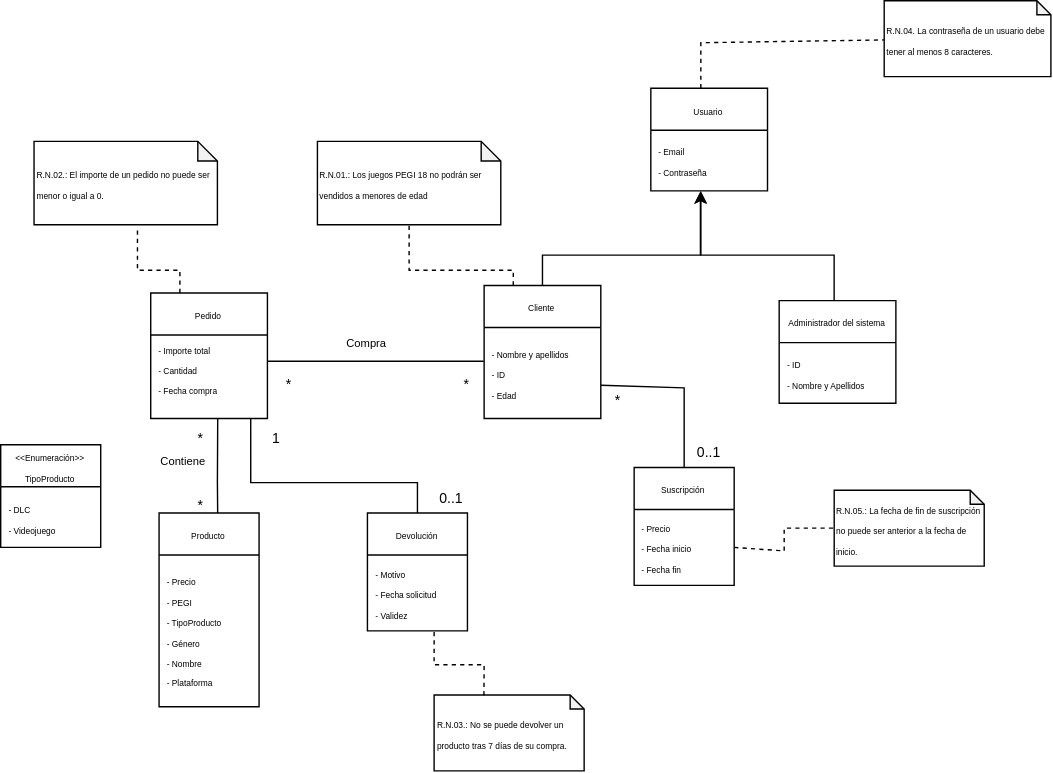
Earlier version of the draw.io export images/TiendaVideojuegos.drawio.svg (adrianlancharrobayon/proyecto-curso-iissi1-2026-CFB3977). Source tidied: cells renumbered, new cells last; positions are measured from the earlier drawing's top-left corner, leaving out a move shared by most shapes.
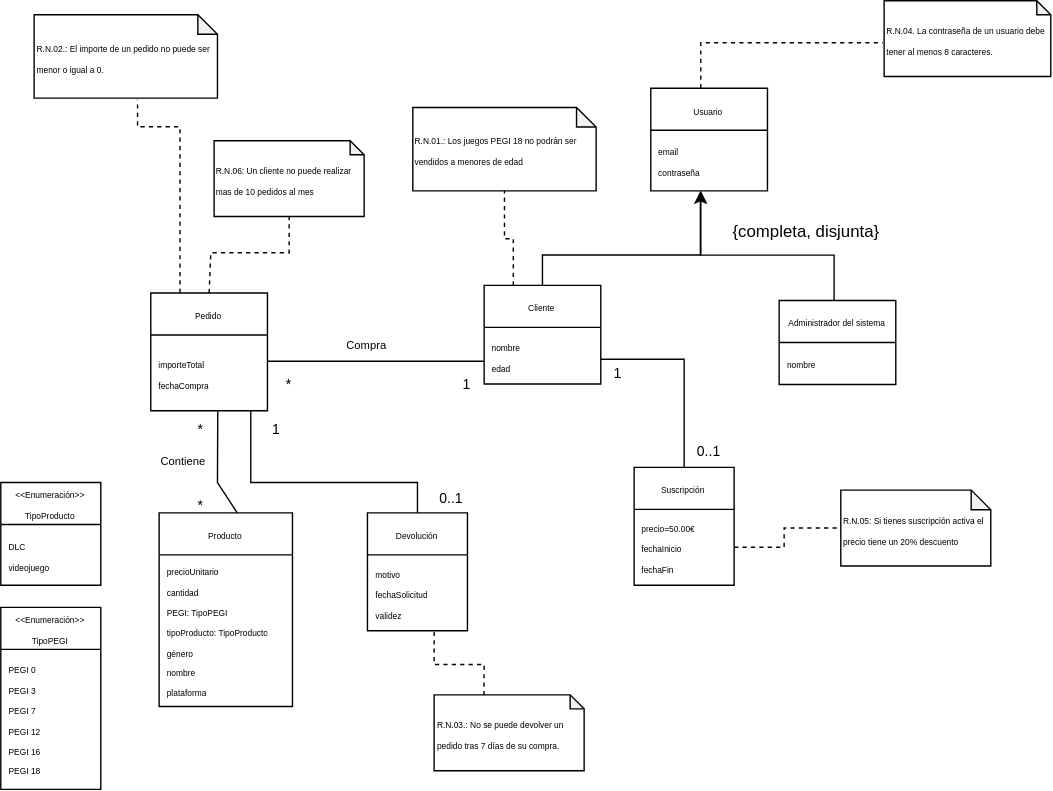
Above is the later version.

The edit, as a diff of the source:
```diff
@@ -5,18 +5,18 @@
     <mxCell id="2" value="&lt;font style=&quot;font-size: 6px;&quot;&gt;Cliente&lt;/font&gt;" style="swimlane;fontStyle=0;horizontal=1;startSize=30;whiteSpace=wrap;html=1;" parent="1" vertex="1">
-      <mxGeometry x="345.2" y="203.3" width="83.3" height="95" as="geometry" />
+      <mxGeometry x="345.2" y="203.3" width="83.3" height="70.4" as="geometry" />
     </mxCell>
-    <mxCell id="3" value="&lt;div&gt;&lt;span style=&quot;font-size: 6px; background-color: transparent; color: light-dark(rgb(0, 0, 0), rgb(255, 255, 255));&quot;&gt;- Nombre y apellidos&lt;/span&gt;&lt;/div&gt;&lt;div&gt;&lt;span style=&quot;font-size: 6px; background-color: transparent; color: light-dark(rgb(0, 0, 0), rgb(255, 255, 255));&quot;&gt;- ID&lt;/span&gt;&lt;/div&gt;&lt;div&gt;&lt;font style=&quot;font-size: 6px;&quot;&gt;- Edad&lt;/font&gt;&lt;/div&gt;" style="text;strokeColor=none;fillColor=none;align=left;verticalAlign=middle;spacingLeft=4;spacingRight=4;overflow=hidden;whiteSpace=wrap;html=1;" parent="2" vertex="1">
-      <mxGeometry y="30" width="83.3" height="65" as="geometry" />
+    <mxCell id="3" value="&lt;div&gt;&lt;span style=&quot;font-size: 6px; background-color: transparent; color: light-dark(rgb(0, 0, 0), rgb(255, 255, 255));&quot;&gt;nombre&amp;nbsp;&lt;/span&gt;&lt;/div&gt;&lt;div&gt;&lt;font style=&quot;font-size: 6px;&quot;&gt;edad&lt;/font&gt;&lt;/div&gt;" style="text;strokeColor=none;fillColor=none;align=left;verticalAlign=middle;spacingLeft=4;spacingRight=4;overflow=hidden;whiteSpace=wrap;html=1;" parent="2" vertex="1">
+      <mxGeometry y="30" width="83.3" height="40.4" as="geometry" />
     </mxCell>
     <mxCell id="4" value="&lt;font style=&quot;font-size: 6px;&quot;&gt;Producto&lt;/font&gt;" style="swimlane;fontStyle=0;horizontal=1;startSize=30;whiteSpace=wrap;html=1;" parent="1" vertex="1">
-      <mxGeometry x="113.1" y="365.8" width="71.4" height="138.3" as="geometry" />
+      <mxGeometry x="113.1" y="365.8" width="95.2" height="138.3" as="geometry" />
     </mxCell>
-    <mxCell id="5" value="&lt;font style=&quot;font-size: 6px;&quot;&gt;- Precio&lt;/font&gt;&lt;div&gt;&lt;font style=&quot;font-size: 6px;&quot;&gt;- PEGI&lt;/font&gt;&lt;/div&gt;&lt;div&gt;&lt;font style=&quot;font-size: 6px;&quot;&gt;- TipoProducto&lt;/font&gt;&lt;/div&gt;&lt;div&gt;&lt;font style=&quot;font-size: 6px;&quot;&gt;- Género&lt;/font&gt;&lt;/div&gt;&lt;div&gt;&lt;font style=&quot;font-size: 6px;&quot;&gt;- Nombre&lt;/font&gt;&lt;/div&gt;&lt;div&gt;&lt;font style=&quot;font-size: 6px;&quot;&gt;- Plataforma&amp;nbsp;&lt;/font&gt;&lt;/div&gt;" style="text;strokeColor=none;fillColor=none;align=left;verticalAlign=middle;spacingLeft=4;spacingRight=4;overflow=hidden;whiteSpace=wrap;html=1;" parent="4" vertex="1">
-      <mxGeometry y="30" width="71.4" height="108.3" as="geometry" />
+    <mxCell id="5" value="&lt;font style=&quot;font-size: 6px;&quot;&gt;precioUnitario&lt;/font&gt;&lt;div&gt;&lt;span style=&quot;font-size: 6px;&quot;&gt;cantidad&lt;br&gt;&lt;/span&gt;&lt;div&gt;&lt;font style=&quot;font-size: 6px;&quot;&gt;PEGI: TipoPEGI&lt;/font&gt;&lt;/div&gt;&lt;div&gt;&lt;font style=&quot;font-size: 6px;&quot;&gt;tipoProducto: TipoProducto&lt;/font&gt;&lt;/div&gt;&lt;div&gt;&lt;font style=&quot;font-size: 6px;&quot;&gt;género&lt;/font&gt;&lt;/div&gt;&lt;div&gt;&lt;font style=&quot;font-size: 6px;&quot;&gt;nombre&lt;/font&gt;&lt;/div&gt;&lt;div&gt;&lt;font style=&quot;font-size: 6px;&quot;&gt;plataforma&amp;nbsp;&lt;/font&gt;&lt;/div&gt;&lt;/div&gt;" style="text;strokeColor=none;fillColor=none;align=left;verticalAlign=middle;spacingLeft=4;spacingRight=4;overflow=hidden;whiteSpace=wrap;html=1;" parent="4" vertex="1">
+      <mxGeometry y="30" width="95.2" height="108.3" as="geometry" />
     </mxCell>
     <mxCell id="6" value="&lt;font style=&quot;font-size: 6px;&quot;&gt;Pedido&lt;/font&gt;" style="swimlane;fontStyle=0;horizontal=1;startSize=30;whiteSpace=wrap;html=1;" parent="1" vertex="1">
-      <mxGeometry x="107.1" y="208.8" width="83.3" height="89.6" as="geometry" />
+      <mxGeometry x="107.1" y="208.8" width="83.3" height="84.2" as="geometry" />
     </mxCell>
-    <mxCell id="7" value="&lt;font style=&quot;font-size: 6px;&quot;&gt;- Importe total&lt;/font&gt;&lt;div&gt;&lt;span style=&quot;font-size: 6px;&quot;&gt;- Cantidad&lt;/span&gt;&lt;/div&gt;&lt;div&gt;&lt;span style=&quot;font-size: 6px;&quot;&gt;- Fecha compra&lt;/span&gt;&lt;/div&gt;&lt;div&gt;&lt;div&gt;&lt;font style=&quot;font-size: 6px;&quot;&gt;&lt;br&gt;&lt;/font&gt;&lt;/div&gt;&lt;/div&gt;" style="text;strokeColor=none;fillColor=none;align=left;verticalAlign=middle;spacingLeft=4;spacingRight=4;overflow=hidden;points=[[0,0.5],[1,0.5]];portConstraint=eastwest;whiteSpace=wrap;html=1;" parent="6" vertex="1">
-      <mxGeometry y="30" width="83.3" height="59.6" as="geometry" />
+    <mxCell id="7" value="&lt;font style=&quot;font-size: 6px;&quot;&gt;importeTotal&lt;/font&gt;&lt;div&gt;&lt;span style=&quot;font-size: 6px;&quot;&gt;fechaCompra&lt;/span&gt;&lt;/div&gt;" style="text;strokeColor=none;fillColor=none;align=left;verticalAlign=middle;spacingLeft=4;spacingRight=4;overflow=hidden;points=[[0,0.5],[1,0.5]];portConstraint=eastwest;whiteSpace=wrap;html=1;" parent="6" vertex="1">
+      <mxGeometry y="30" width="83.3" height="54.2" as="geometry" />
     </mxCell>
@@ -31,6 +31,6 @@
     <mxCell id="9" value="&lt;font style=&quot;font-size: 6px;&quot;&gt;Administrador del sistema&lt;/font&gt;" style="swimlane;fontStyle=0;horizontal=1;startSize=30;whiteSpace=wrap;html=1;" parent="1" vertex="1">
-      <mxGeometry x="556" y="214.2" width="83.3" height="73.3" as="geometry" />
+      <mxGeometry x="556" y="214.2" width="83.3" height="60" as="geometry" />
     </mxCell>
-    <mxCell id="10" value="&lt;div&gt;&lt;font style=&quot;font-size: 6px;&quot;&gt;- ID&lt;/font&gt;&lt;/div&gt;&lt;div&gt;&lt;font style=&quot;font-size: 6px;&quot;&gt;- Nombre y Apellidos&lt;/font&gt;&lt;/div&gt;" style="text;strokeColor=none;fillColor=none;align=left;verticalAlign=middle;spacingLeft=4;spacingRight=4;overflow=hidden;whiteSpace=wrap;html=1;" parent="9" vertex="1">
-      <mxGeometry y="30" width="83.3" height="43.3" as="geometry" />
+    <mxCell id="10" value="&lt;div&gt;&lt;span style=&quot;font-size: 6px; background-color: transparent; color: light-dark(#000000, var(--ge-light-color, #ffffff));&quot;&gt;nombre&lt;/span&gt;&lt;/div&gt;" style="text;strokeColor=none;fillColor=none;align=left;verticalAlign=middle;spacingLeft=4;spacingRight=4;overflow=hidden;whiteSpace=wrap;html=1;" parent="9" vertex="1">
+      <mxGeometry y="30" width="83.3" height="30" as="geometry" />
     </mxCell>
@@ -39,3 +39,3 @@
     </mxCell>
-    <mxCell id="12" value="&lt;font style=&quot;font-size: 6px;&quot;&gt;- Motivo&lt;/font&gt;&lt;div&gt;&lt;font style=&quot;font-size: 6px;&quot;&gt;- Fecha solicitud&lt;/font&gt;&lt;/div&gt;&lt;div&gt;&lt;font style=&quot;font-size: 6px;&quot;&gt;- Validez&lt;/font&gt;&lt;/div&gt;" style="text;strokeColor=none;fillColor=none;align=left;verticalAlign=middle;spacingLeft=4;spacingRight=4;overflow=hidden;points=[[0,0.5],[1,0.5]];portConstraint=eastwest;whiteSpace=wrap;html=1;" parent="11" vertex="1">
+    <mxCell id="12" value="&lt;font style=&quot;font-size: 6px;&quot;&gt;motivo&lt;/font&gt;&lt;div&gt;&lt;font style=&quot;font-size: 6px;&quot;&gt;fechaSolicitud&lt;/font&gt;&lt;/div&gt;&lt;div&gt;&lt;font style=&quot;font-size: 6px;&quot;&gt;validez&lt;/font&gt;&lt;/div&gt;" style="text;strokeColor=none;fillColor=none;align=left;verticalAlign=middle;spacingLeft=4;spacingRight=4;overflow=hidden;points=[[0,0.5],[1,0.5]];portConstraint=eastwest;whiteSpace=wrap;html=1;" parent="11" vertex="1">
       <mxGeometry y="30" width="71.4" height="54.2" as="geometry" />
@@ -43,5 +43,5 @@
     <mxCell id="13" value="&lt;span style=&quot;font-size: 6px;&quot;&gt;&amp;lt;&amp;lt;Enumeración&amp;gt;&amp;gt;&lt;/span&gt;&lt;div&gt;&lt;span style=&quot;font-size: 6px;&quot;&gt;TipoProducto&lt;/span&gt;&lt;/div&gt;" style="swimlane;fontStyle=0;horizontal=1;startSize=30;whiteSpace=wrap;html=1;" parent="1" vertex="1">
-      <mxGeometry y="317.1" width="71.4" height="73.3" as="geometry" />
+      <mxGeometry y="344.2" width="71.4" height="73.3" as="geometry" />
     </mxCell>
-    <mxCell id="14" value="&lt;div&gt;&lt;font style=&quot;font-size: 6px;&quot;&gt;- DLC&lt;/font&gt;&lt;/div&gt;&lt;div&gt;&lt;font style=&quot;font-size: 6px;&quot;&gt;- Videojuego&lt;/font&gt;&lt;/div&gt;" style="text;strokeColor=none;fillColor=none;align=left;verticalAlign=middle;spacingLeft=4;spacingRight=4;overflow=hidden;whiteSpace=wrap;html=1;" parent="13" vertex="1">
+    <mxCell id="14" value="&lt;div&gt;&lt;font style=&quot;font-size: 6px;&quot;&gt;DLC&lt;/font&gt;&lt;/div&gt;&lt;div&gt;&lt;font style=&quot;font-size: 6px;&quot;&gt;videojuego&lt;/font&gt;&lt;/div&gt;" style="text;strokeColor=none;fillColor=none;align=left;verticalAlign=middle;spacingLeft=4;spacingRight=4;overflow=hidden;whiteSpace=wrap;html=1;" parent="13" vertex="1">
       <mxGeometry y="30" width="71.4" height="43.3" as="geometry" />
@@ -51,3 +51,3 @@
     </mxCell>
-    <mxCell id="16" value="&lt;font style=&quot;font-size: 6px;&quot;&gt;- Email&lt;/font&gt;&lt;div&gt;&lt;font style=&quot;font-size: 6px;&quot;&gt;- Contraseña&lt;/font&gt;&lt;/div&gt;" style="text;strokeColor=none;fillColor=none;align=left;verticalAlign=middle;spacingLeft=4;spacingRight=4;overflow=hidden;points=[[0,0.5],[1,0.5]];portConstraint=eastwest;whiteSpace=wrap;html=1;" parent="15" vertex="1">
+    <mxCell id="16" value="&lt;font style=&quot;font-size: 6px;&quot;&gt;email&lt;/font&gt;&lt;div&gt;&lt;font style=&quot;font-size: 6px;&quot;&gt;contraseña&lt;/font&gt;&lt;/div&gt;" style="text;strokeColor=none;fillColor=none;align=left;verticalAlign=middle;spacingLeft=4;spacingRight=4;overflow=hidden;points=[[0,0.5],[1,0.5]];portConstraint=eastwest;whiteSpace=wrap;html=1;" parent="15" vertex="1">
       <mxGeometry y="30" width="83.3" height="43.3" as="geometry" />
@@ -77,3 +77,3 @@
     </mxCell>
-    <mxCell id="21" value="&lt;font style=&quot;font-size: 10px;&quot;&gt;*&lt;/font&gt;" style="text;html=1;whiteSpace=wrap;strokeColor=none;fillColor=none;align=center;verticalAlign=middle;rounded=0;" parent="1" vertex="1">
+    <mxCell id="21" value="&lt;span style=&quot;font-size: 10px;&quot;&gt;1&lt;/span&gt;" style="text;html=1;whiteSpace=wrap;strokeColor=none;fillColor=none;align=center;verticalAlign=middle;rounded=0;" parent="1" vertex="1">
       <mxGeometry x="321.4" y="268.3" width="23.8" height="10.8" as="geometry" />
@@ -94,3 +94,3 @@
     <mxCell id="25" value="&lt;font style=&quot;font-size: 10px;&quot;&gt;*&lt;/font&gt;" style="text;html=1;whiteSpace=wrap;strokeColor=none;fillColor=none;align=center;verticalAlign=middle;rounded=0;" parent="1" vertex="1">
-      <mxGeometry x="131" y="306.2" width="23.8" height="10.8" as="geometry" />
+      <mxGeometry x="131" y="300.8" width="23.8" height="10.8" as="geometry" />
     </mxCell>
@@ -105,3 +105,3 @@
     <mxCell id="27" value="&lt;span style=&quot;font-size: 10px;&quot;&gt;1&lt;/span&gt;" style="text;html=1;whiteSpace=wrap;strokeColor=none;fillColor=none;align=center;verticalAlign=middle;rounded=0;" parent="1" vertex="1">
-      <mxGeometry x="184.5" y="306.2" width="23.8" height="10.8" as="geometry" />
+      <mxGeometry x="184.5" y="300.8" width="23.8" height="10.8" as="geometry" />
     </mxCell>
@@ -113,3 +113,3 @@
     </mxCell>
-    <mxCell id="30" value="&lt;font style=&quot;font-size: 6px;&quot;&gt;- Precio&lt;/font&gt;&lt;div&gt;&lt;font style=&quot;font-size: 6px;&quot;&gt;- Fecha inicio&lt;/font&gt;&lt;/div&gt;&lt;div&gt;&lt;font style=&quot;font-size: 6px;&quot;&gt;- Fecha fin&lt;/font&gt;&lt;/div&gt;" style="text;strokeColor=none;fillColor=none;align=left;verticalAlign=middle;spacingLeft=4;spacingRight=4;overflow=hidden;points=[[0,0.5],[1,0.5]];portConstraint=eastwest;whiteSpace=wrap;html=1;" parent="29" vertex="1">
+    <mxCell id="30" value="&lt;font style=&quot;font-size: 6px;&quot;&gt;precio=50.00€&lt;/font&gt;&lt;div&gt;&lt;font style=&quot;font-size: 6px;&quot;&gt;fechaInicio&lt;/font&gt;&lt;/div&gt;&lt;div&gt;&lt;font style=&quot;font-size: 6px;&quot;&gt;fechaFin&lt;/font&gt;&lt;/div&gt;" style="text;strokeColor=none;fillColor=none;align=left;verticalAlign=middle;spacingLeft=4;spacingRight=4;overflow=hidden;points=[[0,0.5],[1,0.5]];portConstraint=eastwest;whiteSpace=wrap;html=1;" parent="29" vertex="1">
       <mxGeometry y="30" width="71.4" height="54.2" as="geometry" />
@@ -119,3 +119,3 @@
         <Array as="points">
-          <mxPoint x="488.1" y="276.5" />
+          <mxPoint x="488.1" y="256.1" />
         </Array>
@@ -123,4 +123,4 @@
     </mxCell>
-    <mxCell id="32" value="&lt;font style=&quot;font-size: 10px;&quot;&gt;*&lt;/font&gt;" style="text;html=1;whiteSpace=wrap;strokeColor=none;fillColor=none;align=center;verticalAlign=middle;rounded=0;" parent="1" vertex="1">
-      <mxGeometry x="428.6" y="279.2" width="23.8" height="10.8" as="geometry" />
+    <mxCell id="32" value="&lt;font style=&quot;font-size: 10px;&quot;&gt;1&lt;/font&gt;" style="text;html=1;whiteSpace=wrap;strokeColor=none;fillColor=none;align=center;verticalAlign=middle;rounded=0;" parent="1" vertex="1">
+      <mxGeometry x="428.6" y="260.7" width="23.8" height="10.8" as="geometry" />
     </mxCell>
@@ -130,20 +130,13 @@
     <mxCell id="34" value="&lt;div&gt;&lt;span style=&quot;background-color: transparent; color: light-dark(rgb(0, 0, 0), rgb(255, 255, 255));&quot;&gt;&lt;font style=&quot;font-size: 6px;&quot;&gt;R.N.01.: Los juegos PEGI 18 no podrán ser vendidos a menores de edad&lt;/font&gt;&lt;/span&gt;&lt;/div&gt;" style="shape=note;whiteSpace=wrap;html=1;backgroundOutline=1;darkOpacity=0.05;align=left;size=14;" parent="1" vertex="1">
-      <mxGeometry x="226.2" y="100.4" width="131" height="59.6" as="geometry" />
+      <mxGeometry x="294.3" y="76.2" width="131" height="59.6" as="geometry" />
     </mxCell>
-    <mxCell id="35" style="endArrow=none;dashed=1;html=1;rounded=0;entryX=0.5;entryY=1;entryDx=0;entryDy=0;entryPerimeter=0;exitX=0.25;exitY=0;exitDx=0;exitDy=0;" parent="1" edge="1" source="2" target="34">
-      <mxGeometry x="-0.1" relative="1" as="geometry">
-        <Array as="points">
-          <mxPoint x="366.1" y="192.5" />
-          <mxPoint x="291.7" y="192.5" />
-        </Array>
-      </mxGeometry>
-    </mxCell>
     <mxCell id="36" value="&lt;div&gt;&lt;span style=&quot;font-size: 6px;&quot;&gt;R.N.02.:&amp;nbsp;&lt;/span&gt;&lt;span style=&quot;font-size: 6px; background-color: transparent; color: light-dark(rgb(0, 0, 0), rgb(255, 255, 255));&quot;&gt;El importe de un pedido no puede ser menor o igual a 0.&lt;/span&gt;&lt;/div&gt;" style="shape=note;whiteSpace=wrap;html=1;backgroundOutline=1;darkOpacity=0.05;align=left;size=14;" parent="1" vertex="1">
-      <mxGeometry x="23.8" y="100.4" width="131" height="59.6" as="geometry" />
+      <mxGeometry x="23.8" y="10" width="131" height="59.6" as="geometry" />
     </mxCell>
     <mxCell id="37" style="endArrow=none;dashed=1;html=1;rounded=0;entryX=0.564;entryY=1.021;entryDx=0;entryDy=0;entryPerimeter=0;exitX=0.25;exitY=0;exitDx=0;exitDy=0;" parent="1" edge="1" source="6" target="36">
-      <mxGeometry x="-0.04" relative="1" as="geometry">
+      <mxGeometry x="-0.17" relative="1" as="geometry">
         <Array as="points">
           <mxPoint x="128" y="192.5" />
-          <mxPoint x="97.7" y="192.5" />
+          <mxPoint x="128" y="90" />
+          <mxPoint x="97.7" y="90" />
         </Array>
@@ -151,3 +144,3 @@
     </mxCell>
-    <mxCell id="38" value="&lt;div&gt;&lt;span style=&quot;font-size: 6px;&quot;&gt;R.N.03.:&amp;nbsp;&lt;/span&gt;&lt;span style=&quot;font-size: 6px; background-color: transparent; color: light-dark(rgb(0, 0, 0), rgb(255, 255, 255));&quot;&gt;No se puede devolver un producto tras 7 días de su compra.&lt;/span&gt;&lt;/div&gt;" style="shape=note;whiteSpace=wrap;html=1;backgroundOutline=1;darkOpacity=0.05;align=left;size=10;" parent="1" vertex="1">
+    <mxCell id="38" value="&lt;div&gt;&lt;span style=&quot;font-size: 6px;&quot;&gt;R.N.03.:&amp;nbsp;&lt;/span&gt;&lt;span style=&quot;font-size: 6px; background-color: transparent; color: light-dark(rgb(0, 0, 0), rgb(255, 255, 255));&quot;&gt;No se puede devolver un pedido tras 7 días de su compra.&lt;/span&gt;&lt;/div&gt;" style="shape=note;whiteSpace=wrap;html=1;backgroundOutline=1;darkOpacity=0.05;align=left;size=10;" parent="1" vertex="1">
       <mxGeometry x="309.5" y="495.8" width="107.1" height="54.2" as="geometry" />
@@ -165,5 +158,6 @@
     </mxCell>
-    <mxCell id="41" style="endArrow=none;dashed=1;html=1;rounded=0;" parent="1" edge="1" target="40">
+    <mxCell id="41" style="endArrow=none;dashed=1;html=1;rounded=0;" parent="1" edge="1">
       <mxGeometry relative="1" as="geometry">
         <mxPoint x="500" y="62.5" as="sourcePoint" />
+        <mxPoint x="630" y="30" as="targetPoint" />
         <Array as="points">
@@ -173,9 +167,6 @@
     </mxCell>
-    <mxCell id="42" value="&lt;div&gt;&lt;span style=&quot;font-size: 6px;&quot;&gt;R.N.05.:&amp;nbsp;&lt;/span&gt;&lt;span style=&quot;font-size: 6px; background-color: transparent; color: light-dark(rgb(0, 0, 0), rgb(255, 255, 255));&quot;&gt;La fecha de fin de suscripción no puede ser anterior a la fecha de inicio.&lt;/span&gt;&lt;/div&gt;" style="shape=note;whiteSpace=wrap;html=1;backgroundOutline=1;darkOpacity=0.05;align=left;size=10;" parent="1" vertex="1">
-      <mxGeometry x="595.2" y="349.6" width="107.1" height="54.2" as="geometry" />
-    </mxCell>
-    <mxCell id="43" style="endArrow=none;dashed=1;html=1;rounded=0;entryX=0;entryY=0.5;entryDx=0;entryDy=0;entryPerimeter=0;exitX=1;exitY=0.5;exitDx=0;exitDy=0;" parent="1" edge="1" source="30" target="42">
-      <mxGeometry relative="1" as="geometry">
+    <mxCell id="43" style="endArrow=none;dashed=1;html=1;rounded=0;entryX=0;entryY=0.5;entryDx=0;entryDy=0;entryPerimeter=0;exitX=1;exitY=0.5;exitDx=0;exitDy=0;" parent="1" edge="1" source="30" target="45">
+      <mxGeometry x="-0.09" relative="1" as="geometry">
         <Array as="points">
-          <mxPoint x="559.5" y="392.9" />
+          <mxPoint x="559.5" y="390.4" />
           <mxPoint x="559.5" y="376.7" />
@@ -184,2 +175,33 @@
     </mxCell>
+    <mxCell id="44" value="{completa, disjunta}" style="text;html=1;whiteSpace=wrap;strokeColor=none;fillColor=none;align=center;verticalAlign=middle;rounded=0;" parent="1" vertex="1">
+      <mxGeometry x="510" y="150" width="130.9" height="30" as="geometry" />
+    </mxCell>
+    <mxCell id="45" value="&lt;span style=&quot;text-align: center;&quot;&gt;&lt;font style=&quot;font-size: 6px;&quot;&gt;R.N.05: Si tienes suscripción activa el precio tiene un 20% descuento&lt;/font&gt;&lt;/span&gt;" style="shape=note;whiteSpace=wrap;html=1;backgroundOutline=1;darkOpacity=0.05;align=left;size=14;" parent="1" vertex="1">
+      <mxGeometry x="600" y="349.6" width="107.1" height="54.2" as="geometry" />
+    </mxCell>
+    <mxCell id="46" value="&lt;span style=&quot;font-size: 6px;&quot;&gt;&amp;lt;&amp;lt;Enumeración&amp;gt;&amp;gt;&lt;/span&gt;&lt;div&gt;&lt;span style=&quot;font-size: 6px;&quot;&gt;TipoPEGI&lt;/span&gt;&lt;/div&gt;" style="swimlane;fontStyle=0;horizontal=1;startSize=30;whiteSpace=wrap;html=1;" parent="1" vertex="1">
+      <mxGeometry y="433.3" width="71.4" height="130" as="geometry" />
+    </mxCell>
+    <mxCell id="47" value="&lt;span style=&quot;font-size: 6px;&quot;&gt;PEGI 0&lt;/span&gt;&lt;div&gt;&lt;span style=&quot;font-size: 6px;&quot;&gt;PEGI 3&lt;/span&gt;&lt;/div&gt;&lt;div&gt;&lt;span style=&quot;font-size: 6px;&quot;&gt;PEGI 7&lt;/span&gt;&lt;/div&gt;&lt;div&gt;&lt;span style=&quot;font-size: 6px;&quot;&gt;PEGI 12&lt;/span&gt;&lt;/div&gt;&lt;div&gt;&lt;span style=&quot;font-size: 6px;&quot;&gt;PEGI 16&lt;/span&gt;&lt;/div&gt;&lt;div&gt;&lt;span style=&quot;font-size: 6px;&quot;&gt;PEGI 18&lt;/span&gt;&lt;/div&gt;" style="text;strokeColor=none;fillColor=none;align=left;verticalAlign=middle;spacingLeft=4;spacingRight=4;overflow=hidden;whiteSpace=wrap;html=1;" parent="46" vertex="1">
+      <mxGeometry y="30" width="71.4" height="100" as="geometry" />
+    </mxCell>
+    <mxCell id="48" value="&lt;span style=&quot;text-align: center;&quot;&gt;&lt;font style=&quot;font-size: 6px;&quot;&gt;R.N.06: Un cliente no puede realizar mas de 10 pedidos al mes&lt;/font&gt;&lt;/span&gt;" style="shape=note;whiteSpace=wrap;html=1;backgroundOutline=1;darkOpacity=0.05;align=left;size=10;" parent="1" vertex="1">
+      <mxGeometry x="152.4" y="100" width="107.1" height="54.2" as="geometry" />
+    </mxCell>
+    <mxCell id="35" style="endArrow=none;dashed=1;html=1;rounded=0;defaultLabelBackgroundColor=page;entryX=0.5;entryY=1;entryDx=0;entryDy=0;entryPerimeter=0;exitX=0.25;exitY=0;exitDx=0;exitDy=0;" parent="1" edge="1" source="2" target="34">
+      <mxGeometry x="-0.09" relative="1" as="geometry">
+        <Array as="points">
+          <mxPoint x="366.1" y="170" />
+          <mxPoint x="359.8" y="170" />
+        </Array>
+      </mxGeometry>
+    </mxCell>
+    <mxCell id="49" style="endArrow=none;dashed=1;html=1;rounded=0;defaultLabelBackgroundColor=page;entryX=0.5;entryY=1;entryDx=0;entryDy=0;entryPerimeter=0;exitX=0.5;exitY=0;exitDx=0;exitDy=0;" parent="1" edge="1" source="6" target="48">
+      <mxGeometry x="-0.01" relative="1" as="geometry">
+        <Array as="points">
+          <mxPoint x="150" y="180" />
+          <mxPoint x="206" y="180" />
+        </Array>
+      </mxGeometry>
+    </mxCell>
   </root>
```
